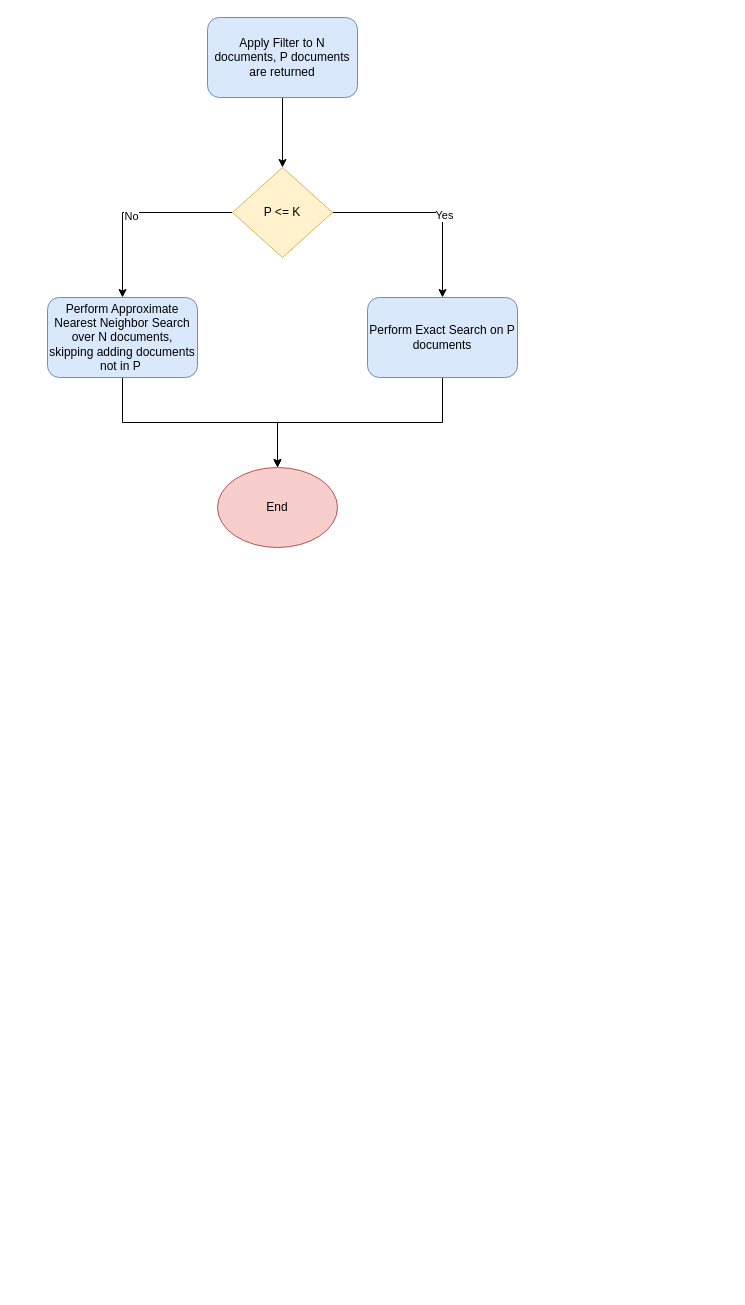
navneet1v/FlowDiagram keeps this draw.io diagram as page "Pre-filter Algorithm" (3 of 3) of OpenSearch/FaissEfficientFiltering.drawio. Above is the earlier version. Source tidied: cells renumbered, new cells numbered last; positions are measured from the earlier drawing's top-left corner, leaving out a move shared by most shapes. Both pictures are drawn from the tidied source at 100%, with x=0, y=0 at pixel (47, 17).
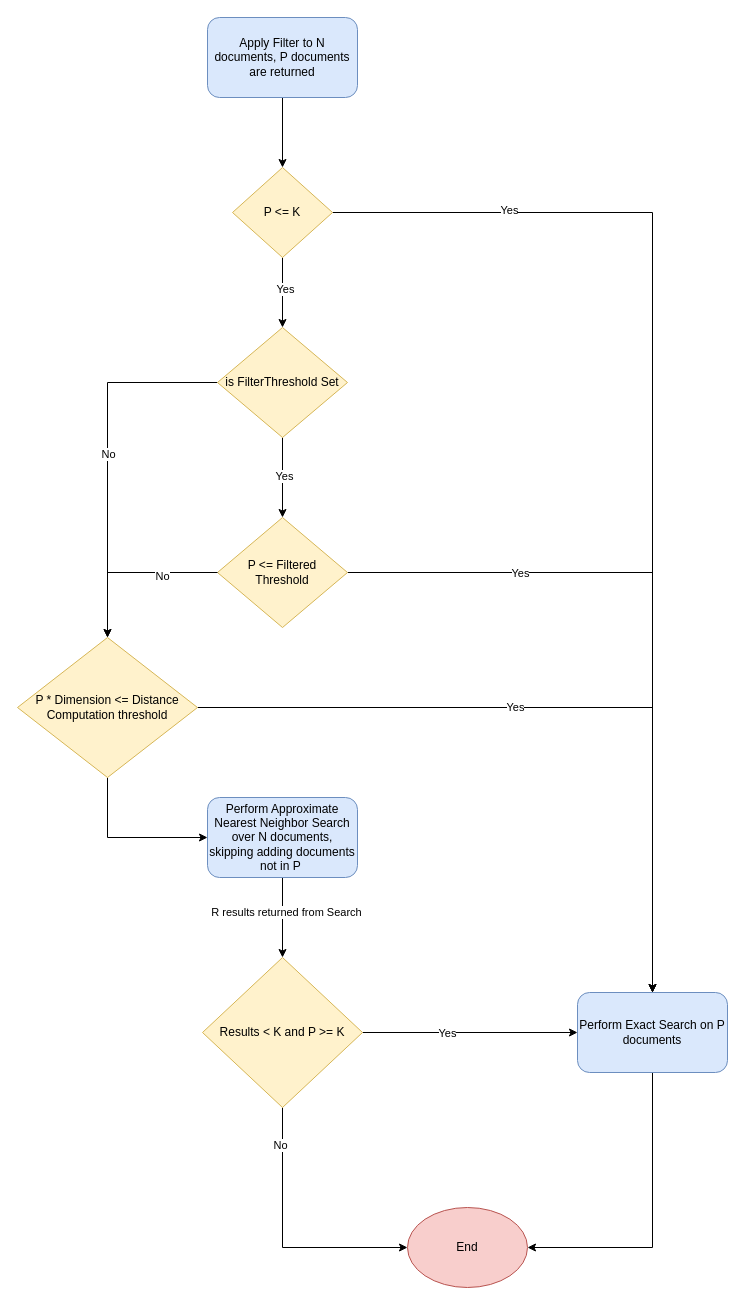
The same page after the edit.

Commit message:
Updated diagram of Filtered Search for KNN.drawio

Unchanged cells that the change refers to:
```xml
<mxCell id="6" style="edgeStyle=orthogonalEdgeStyle;rounded=0;jettySize=auto;html=1;exitX=1;exitY=0.5;exitDx=0;exitDy=0;" parent="1" edge="1" source="8" target="13">
  <mxGeometry relative="1" as="geometry" />
</mxCell>
<mxCell id="8" value="P &amp;lt;= K" style="rhombus;whiteSpace=wrap;html=1;fillColor=#fff2cc;strokeColor=#d6b656;" parent="1" vertex="1">
  <mxGeometry x="185" y="150" width="100" height="90" as="geometry" />
</mxCell>
```

Change to the diagram source:
```diff
@@
-    <mxCell id="4" style="edgeStyle=orthogonalEdgeStyle;rounded=0;jettySize=auto;html=1;exitX=0;exitY=0.5;exitDx=0;exitDy=0;entryX=0.5;entryY=0;entryDx=0;entryDy=0;" parent="1" edge="1" source="8" target="11">
-      <mxGeometry relative="1" as="geometry" />
-    </mxCell>
-    <mxCell id="5" value="No" style="edgeLabel;html=1;align=center;verticalAlign=middle;" parent="4" vertex="1">
-      <mxGeometry x="0.05" y="3" relative="1" as="geometry" />
-    </mxCell>
@@
-    <mxCell id="7" value="Yes" style="edgeLabel;html=1;align=center;verticalAlign=middle;" parent="6" vertex="1">
-      <mxGeometry x="0.15" y="1" relative="1" as="geometry" />
-    </mxCell>
+    <mxCell id="14" value="Yes" style="edgeLabel;html=1;align=center;verticalAlign=middle;" parent="6" vertex="1">
+      <mxGeometry x="-0.68" y="3" relative="1" as="geometry" />
+    </mxCell>
+    <mxCell id="15" style="edgeStyle=orthogonalEdgeStyle;rounded=0;jettySize=auto;html=1;exitX=0.5;exitY=1;exitDx=0;exitDy=0;entryX=0.5;entryY=0;entryDx=0;entryDy=0;" parent="1" edge="1" source="8" target="28">
+      <mxGeometry relative="1" as="geometry" />
+    </mxCell>
+    <mxCell id="16" value="Yes" style="edgeLabel;html=1;align=center;verticalAlign=middle;" parent="15" vertex="1">
+      <mxGeometry x="-0.12" y="2" relative="1" as="geometry" />
+    </mxCell>
@@
     <mxCell id="9" value="End" style="ellipse;whiteSpace=wrap;html=1;fillColor=#f8cecc;strokeColor=#b85450;" parent="1" vertex="1">
-      <mxGeometry x="170" y="450" width="120" height="80" as="geometry" />
+      <mxGeometry x="360" y="1190" width="120" height="80" as="geometry" />
     </mxCell>
-    <mxCell id="10" style="edgeStyle=orthogonalEdgeStyle;rounded=0;jettySize=auto;html=1;exitX=0.5;exitY=1;exitDx=0;exitDy=0;entryX=0.5;entryY=0;entryDx=0;entryDy=0;" parent="1" edge="1" source="11" target="9">
-      <mxGeometry relative="1" as="geometry" />
-    </mxCell>
+    <mxCell id="17" style="edgeStyle=orthogonalEdgeStyle;rounded=0;jettySize=auto;html=1;exitX=0.5;exitY=1;exitDx=0;exitDy=0;entryX=0.5;entryY=0;entryDx=0;entryDy=0;" parent="1" edge="1" source="11" target="23">
+      <mxGeometry relative="1" as="geometry" />
+    </mxCell>
+    <mxCell id="18" value="R results returned from Search" style="edgeLabel;html=1;align=center;verticalAlign=middle;" parent="17" vertex="1">
+      <mxGeometry x="-0.18" y="2" relative="1" as="geometry">
+        <mxPoint x="1" y="1" as="offset" />
+      </mxGeometry>
+    </mxCell>
     <mxCell id="11" value="Perform Approximate Nearest Neighbor Search over N documents, skipping adding documents not in P&amp;nbsp;" style="rounded=1;whiteSpace=wrap;html=1;fillColor=#dae8fc;strokeColor=#6c8ebf;" parent="1" vertex="1">
-      <mxGeometry y="280" width="150" height="80" as="geometry" />
+      <mxGeometry x="160" y="780" width="150" height="80" as="geometry" />
     </mxCell>
-    <mxCell id="12" style="edgeStyle=orthogonalEdgeStyle;rounded=0;jettySize=auto;html=1;exitX=0.5;exitY=1;exitDx=0;exitDy=0;entryX=0.5;entryY=0;entryDx=0;entryDy=0;" parent="1" edge="1" source="13" target="9">
+    <mxCell id="12" style="edgeStyle=orthogonalEdgeStyle;rounded=0;jettySize=auto;html=1;exitX=0.5;exitY=1;exitDx=0;exitDy=0;entryX=1;entryY=0.5;entryDx=0;entryDy=0;" parent="1" edge="1" source="13" target="9">
       <mxGeometry relative="1" as="geometry" />
     </mxCell>
     <mxCell id="13" value="Perform Exact Search on P documents" style="rounded=1;whiteSpace=wrap;html=1;fillColor=#dae8fc;strokeColor=#6c8ebf;" parent="1" vertex="1">
-      <mxGeometry x="320" y="280" width="150" height="80" as="geometry" />
+      <mxGeometry x="530" y="975" width="150" height="80" as="geometry" />
     </mxCell>
+    <mxCell id="19" style="edgeStyle=orthogonalEdgeStyle;rounded=0;jettySize=auto;html=1;exitX=1;exitY=0.5;exitDx=0;exitDy=0;entryX=0;entryY=0.5;entryDx=0;entryDy=0;" parent="1" edge="1" source="23" target="13">
+      <mxGeometry relative="1" as="geometry" />
+    </mxCell>
+    <mxCell id="20" value="Yes" style="edgeLabel;html=1;align=center;verticalAlign=middle;" parent="19" vertex="1">
+      <mxGeometry x="-0.22" relative="1" as="geometry" />
+    </mxCell>
+    <mxCell id="21" style="edgeStyle=orthogonalEdgeStyle;rounded=0;jettySize=auto;html=1;exitX=0.5;exitY=1;exitDx=0;exitDy=0;entryX=0;entryY=0.5;entryDx=0;entryDy=0;" parent="1" edge="1" source="23" target="9">
+      <mxGeometry relative="1" as="geometry" />
+    </mxCell>
+    <mxCell id="22" value="No" style="edgeLabel;html=1;align=center;verticalAlign=middle;" parent="21" vertex="1">
+      <mxGeometry x="-0.72" y="-3" relative="1" as="geometry" />
+    </mxCell>
+    <mxCell id="23" value="Results &amp;lt; K and P &amp;gt;= K" style="rhombus;whiteSpace=wrap;html=1;fillColor=#fff2cc;strokeColor=#d6b656;" parent="1" vertex="1">
+      <mxGeometry x="155" y="940" width="160" height="150" as="geometry" />
+    </mxCell>
+    <mxCell id="24" style="edgeStyle=orthogonalEdgeStyle;rounded=0;jettySize=auto;html=1;exitX=0.5;exitY=1;exitDx=0;exitDy=0;entryX=0.5;entryY=0;entryDx=0;entryDy=0;" parent="1" edge="1" source="28" target="31">
+      <mxGeometry relative="1" as="geometry" />
+    </mxCell>
+    <mxCell id="25" value="Yes" style="edgeLabel;html=1;align=center;verticalAlign=middle;" parent="24" vertex="1">
+      <mxGeometry x="-0.06" y="1" relative="1" as="geometry" />
+    </mxCell>
+    <mxCell id="26" style="edgeStyle=orthogonalEdgeStyle;rounded=0;jettySize=auto;html=1;exitX=0;exitY=0.5;exitDx=0;exitDy=0;entryX=0.5;entryY=0;entryDx=0;entryDy=0;" parent="1" edge="1" source="28" target="36">
+      <mxGeometry relative="1" as="geometry" />
+    </mxCell>
+    <mxCell id="27" value="No" style="edgeLabel;html=1;align=center;verticalAlign=middle;" parent="26" vertex="1">
+      <mxGeometry x="-0.01" relative="1" as="geometry" />
+    </mxCell>
+    <mxCell id="28" value="is FilterThreshold Set" style="rhombus;whiteSpace=wrap;html=1;fillColor=#fff2cc;strokeColor=#d6b656;" parent="1" vertex="1">
+      <mxGeometry x="170" y="310" width="130" height="110" as="geometry" />
+    </mxCell>
+    <mxCell id="29" style="edgeStyle=orthogonalEdgeStyle;rounded=0;jettySize=auto;html=1;exitX=1;exitY=0.5;exitDx=0;exitDy=0;entryX=0.5;entryY=0;entryDx=0;entryDy=0;" parent="1" edge="1" source="31" target="13">
+      <mxGeometry relative="1" as="geometry" />
+    </mxCell>
+    <mxCell id="30" value="Yes" style="edgeLabel;html=1;align=center;verticalAlign=middle;" parent="29" vertex="1">
+      <mxGeometry x="-0.35" relative="1" as="geometry">
+        <mxPoint x="-64" as="offset" />
+      </mxGeometry>
+    </mxCell>
+    <mxCell id="31" value="P &amp;lt;= Filtered &lt;br&gt;Threshold" style="rhombus;whiteSpace=wrap;html=1;fillColor=#fff2cc;strokeColor=#d6b656;" parent="1" vertex="1">
+      <mxGeometry x="170" y="500" width="130" height="110" as="geometry" />
+    </mxCell>
+    <mxCell id="32" style="edgeStyle=orthogonalEdgeStyle;rounded=0;jettySize=auto;html=1;exitX=0;exitY=0.5;exitDx=0;exitDy=0;entryX=0.5;entryY=0;entryDx=0;entryDy=0;" parent="1" edge="1" source="31" target="36">
+      <mxGeometry relative="1" as="geometry" />
+    </mxCell>
+    <mxCell id="33" value="No" style="edgeLabel;html=1;align=center;verticalAlign=middle;" parent="32" vertex="1">
+      <mxGeometry x="-0.36" y="3" relative="1" as="geometry" />
+    </mxCell>
+    <mxCell id="34" value="Yes" style="edgeStyle=orthogonalEdgeStyle;rounded=0;jettySize=auto;html=1;exitX=1;exitY=0.5;exitDx=0;exitDy=0;entryX=0.5;entryY=0;entryDx=0;entryDy=0;" parent="1" edge="1" source="36" target="13">
+      <mxGeometry x="-0.14" relative="1" as="geometry" />
+    </mxCell>
+    <mxCell id="35" style="edgeStyle=orthogonalEdgeStyle;rounded=0;jettySize=auto;html=1;exitX=0.5;exitY=1;exitDx=0;exitDy=0;entryX=0;entryY=0.5;entryDx=0;entryDy=0;" parent="1" edge="1" source="36" target="11">
+      <mxGeometry relative="1" as="geometry" />
+    </mxCell>
+    <mxCell id="36" value="P * Dimension &amp;lt;= Distance Computation threshold" style="rhombus;whiteSpace=wrap;html=1;fillColor=#fff2cc;strokeColor=#d6b656;" parent="1" vertex="1">
+      <mxGeometry x="-30" y="620" width="180" height="140" as="geometry" />
+    </mxCell>
```
